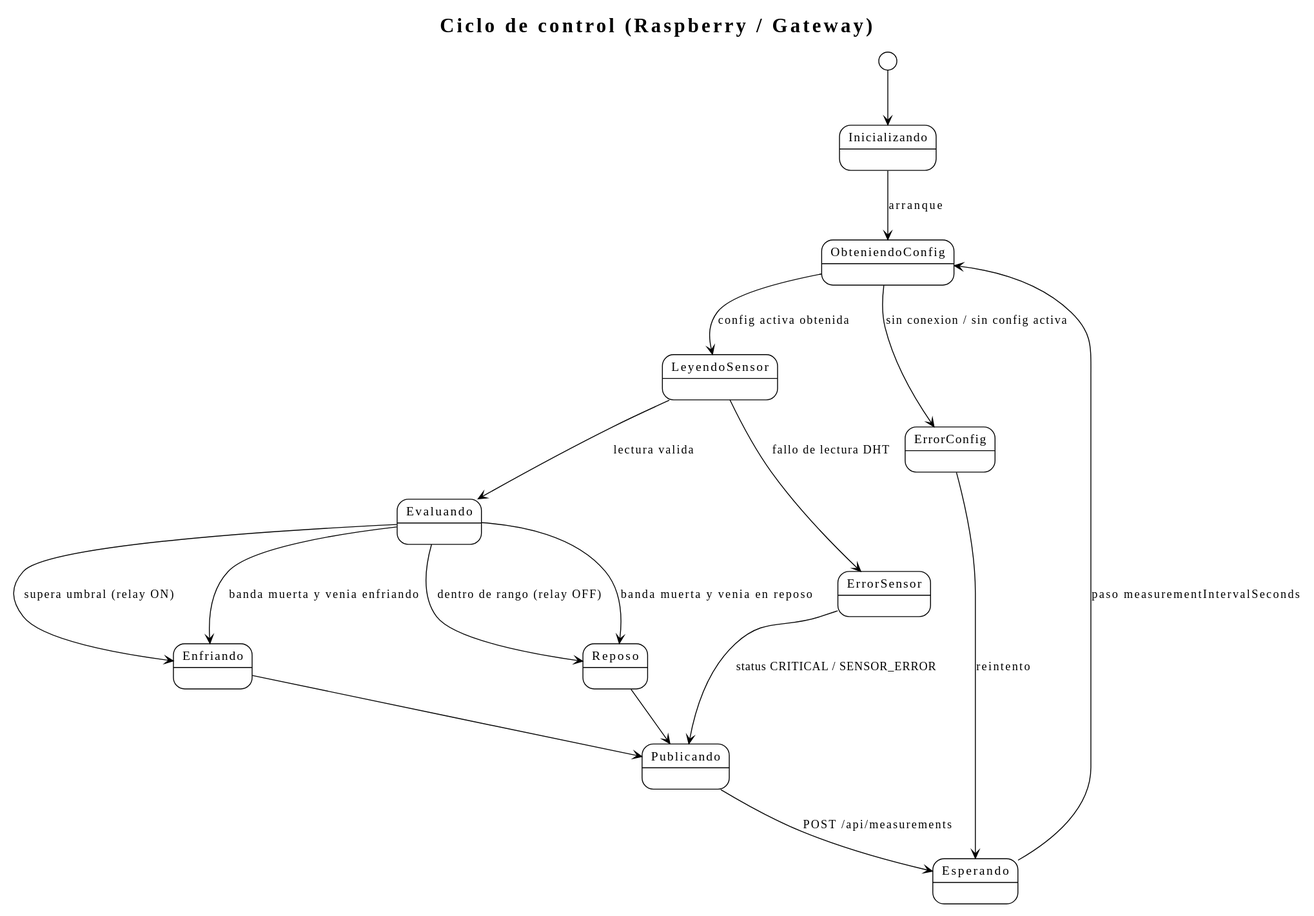
The PlantUML diagram docs/uml/state_control_cycle.svg in andinogabriel/plc-control-backend, before a commit.
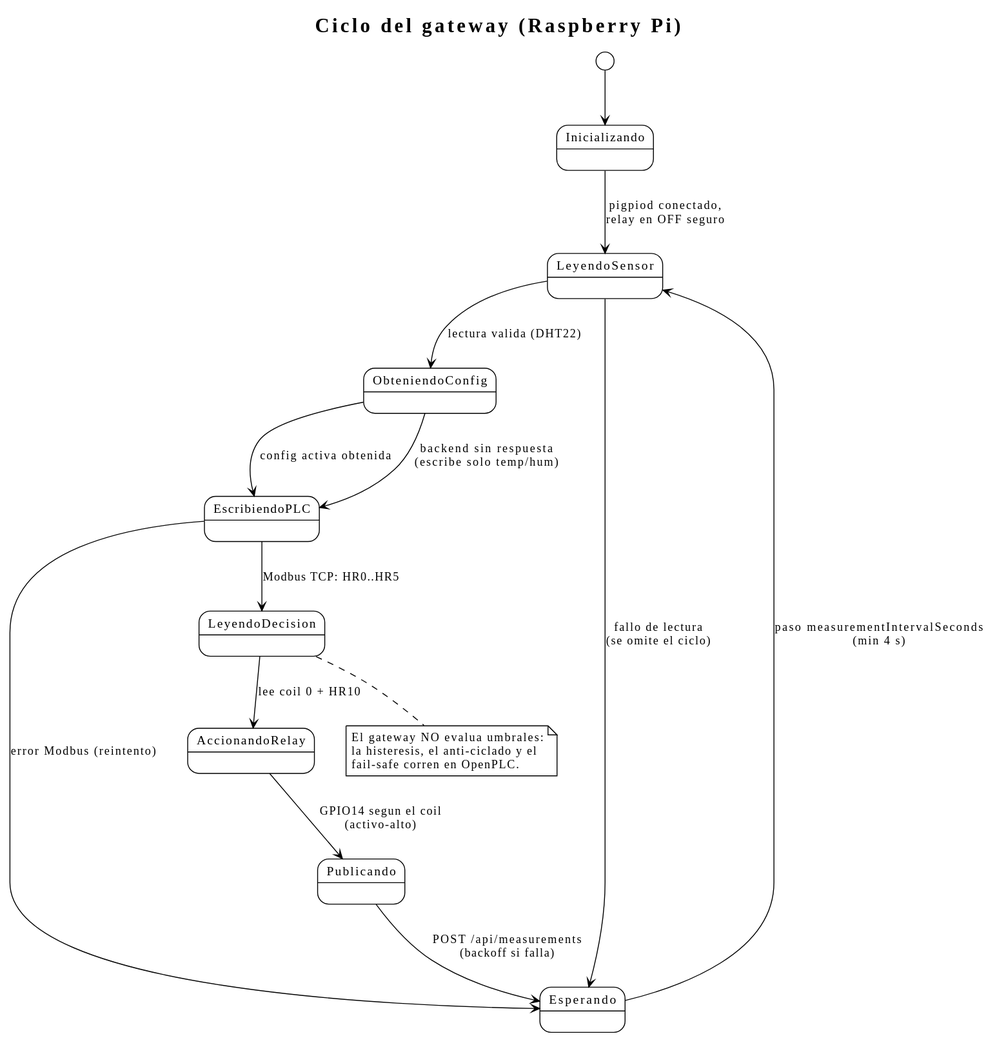
After the change.

What changed in the source:
```diff
@@ -2,22 +2,24 @@
 !theme plain
 skinparam backgroundColor #FFFFFF
 skinparam shadowing false
-title Ciclo de control (Raspberry / Gateway)
+title Ciclo del gateway (Raspberry Pi)
 
 [*] --> Inicializando
-Inicializando --> ObteniendoConfig : arranque
-ObteniendoConfig --> LeyendoSensor : config activa obtenida
-ObteniendoConfig --> ErrorConfig : sin conexion / sin config activa
-LeyendoSensor --> Evaluando : lectura valida
-LeyendoSensor --> ErrorSensor : fallo de lectura DHT
-Evaluando --> Enfriando : supera umbral (relay ON)
-Evaluando --> Reposo : dentro de rango (relay OFF)
-Evaluando --> Enfriando : banda muerta y venia enfriando
-Evaluando --> Reposo : banda muerta y venia en reposo
-Enfriando --> Publicando
-Reposo --> Publicando
-ErrorSensor --> Publicando : status CRITICAL / SENSOR_ERROR
-Publicando --> Esperando : POST /api/measurements
-ErrorConfig --> Esperando : reintento
-Esperando --> ObteniendoConfig : paso measurementIntervalSeconds
+Inicializando --> LeyendoSensor : pigpiod conectado,\nrelay en OFF seguro
+LeyendoSensor --> ObteniendoConfig : lectura valida (DHT22)
+LeyendoSensor --> Esperando : fallo de lectura\n(se omite el ciclo)
+ObteniendoConfig --> EscribiendoPLC : config activa obtenida
+ObteniendoConfig --> EscribiendoPLC : backend sin respuesta\n(escribe solo temp/hum)
+EscribiendoPLC --> LeyendoDecision : Modbus TCP: HR0..HR5
+EscribiendoPLC --> Esperando : error Modbus (reintento)
+LeyendoDecision --> AccionandoRelay : lee coil 0 + HR10
+AccionandoRelay --> Publicando : GPIO14 segun el coil\n(activo-alto)
+Publicando --> Esperando : POST /api/measurements\n(backoff si falla)
+Esperando --> LeyendoSensor : paso measurementIntervalSeconds\n(min 4 s)
+
+note bottom of LeyendoDecision
+  El gateway NO evalua umbrales:
+  la histeresis, el anti-ciclado y el
+  fail-safe corren en OpenPLC.
+end note
 @enduml
```
